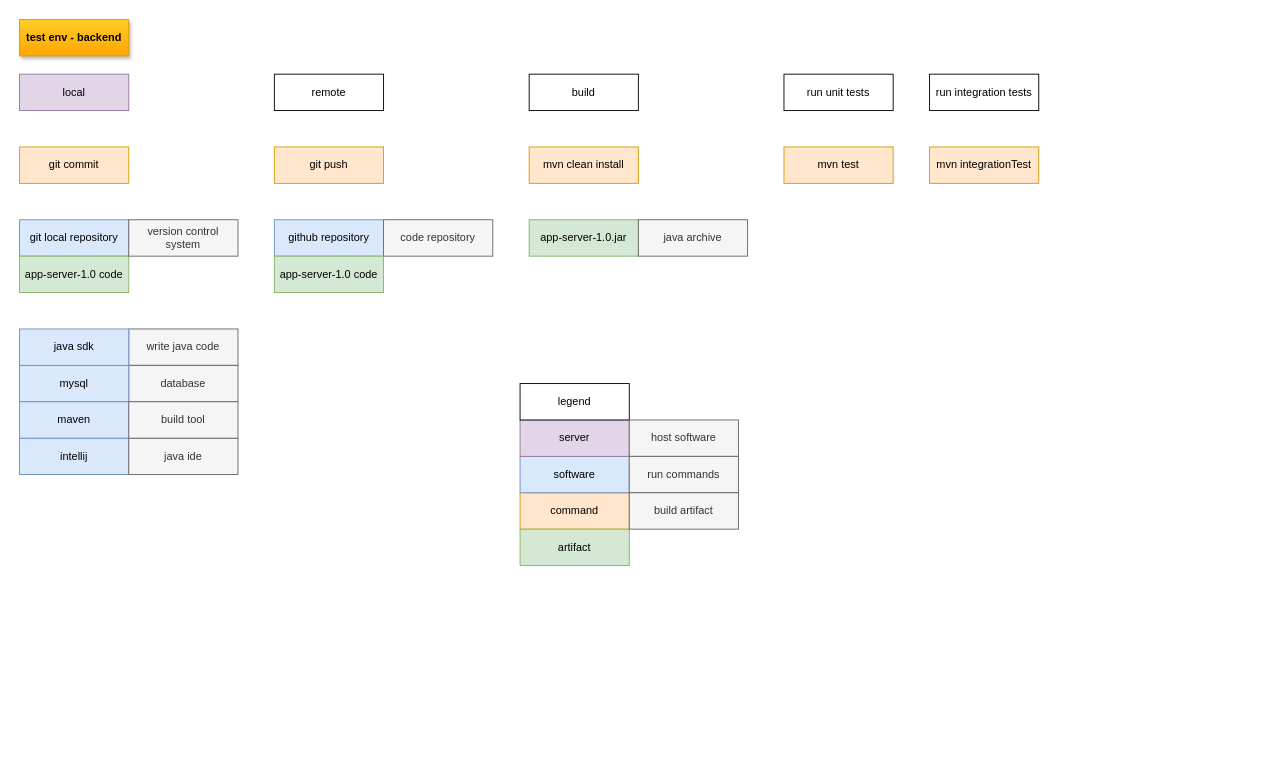
The draw.io diagram page "training" (2 of 2) of docs/3 devops/CI-CD.drawio in cosminbucur/final-ro23, before the edit. Source tidied: cells renumbered, new cells numbered last; positions are measured from the earlier drawing's top-left corner, leaving out a move shared by most shapes. Both pictures are drawn from the tidied source at 91%, with x=0, y=0 at pixel (19, 19).
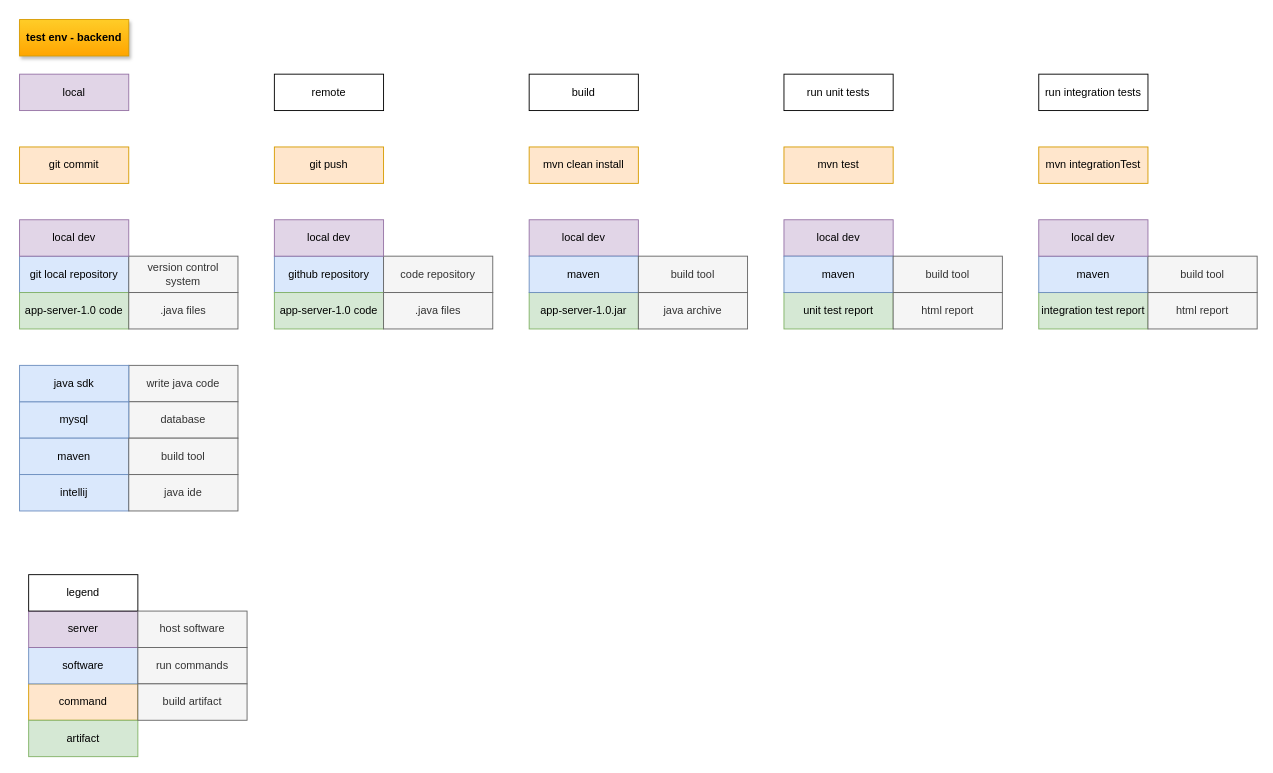
Above is the later version.

Commit message (it also covers changes not shown here):
improve documentation and add acceptance test sample and java tools

What changed in the source:
```diff
@@
     <mxCell id="4" value="run integration tests" style="rounded=0;whiteSpace=wrap;html=1;" parent="1" vertex="1">
-      <mxGeometry x="1000" y="60" width="120" height="40" as="geometry" />
+      <mxGeometry x="1120" y="60" width="120" height="40" as="geometry" />
     </mxCell>
@@
     <mxCell id="6" value="app-server-1.0.jar" style="rounded=0;whiteSpace=wrap;html=1;fillColor=#d5e8d4;strokeColor=#82b366;" parent="1" vertex="1">
-      <mxGeometry x="560" y="220" width="120" height="40" as="geometry" />
+      <mxGeometry x="560" y="300" width="120" height="40" as="geometry" />
     </mxCell>
@@
     <mxCell id="9" value="git local repository" style="rounded=0;whiteSpace=wrap;html=1;fillColor=#dae8fc;strokeColor=#6c8ebf;" parent="1" vertex="1">
-      <mxGeometry y="220" width="120" height="40" as="geometry" />
+      <mxGeometry y="260" width="120" height="40" as="geometry" />
     </mxCell>
     <mxCell id="10" value="github repository" style="rounded=0;whiteSpace=wrap;html=1;fillColor=#dae8fc;strokeColor=#6c8ebf;" parent="1" vertex="1">
-      <mxGeometry x="280" y="220" width="120" height="40" as="geometry" />
+      <mxGeometry x="280" y="260" width="120" height="40" as="geometry" />
     </mxCell>
     <mxCell id="11" value="write java code" style="rounded=0;whiteSpace=wrap;html=1;fillColor=#f5f5f5;strokeColor=#666666;fontColor=#333333;" parent="1" vertex="1">
-      <mxGeometry x="120" y="340" width="120" height="40" as="geometry" />
+      <mxGeometry x="120" y="380" width="120" height="40" as="geometry" />
     </mxCell>
     <mxCell id="12" value="database" style="rounded=0;whiteSpace=wrap;html=1;fillColor=#f5f5f5;strokeColor=#666666;fontColor=#333333;" parent="1" vertex="1">
-      <mxGeometry x="120" y="380" width="120" height="40" as="geometry" />
+      <mxGeometry x="120" y="420" width="120" height="40" as="geometry" />
     </mxCell>
     <mxCell id="13" value="code repository" style="rounded=0;whiteSpace=wrap;html=1;fillColor=#f5f5f5;strokeColor=#666666;fontColor=#333333;" parent="1" vertex="1">
-      <mxGeometry x="400" y="220" width="120" height="40" as="geometry" />
+      <mxGeometry x="400" y="260" width="120" height="40" as="geometry" />
     </mxCell>
     <mxCell id="14" value="app-server-1.0 code" style="rounded=0;whiteSpace=wrap;html=1;fillColor=#d5e8d4;strokeColor=#82b366;" parent="1" vertex="1">
-      <mxGeometry y="260" width="120" height="40" as="geometry" />
+      <mxGeometry y="300" width="120" height="40" as="geometry" />
     </mxCell>
     <mxCell id="15" value="app-server-1.0 code" style="rounded=0;whiteSpace=wrap;html=1;fillColor=#d5e8d4;strokeColor=#82b366;" parent="1" vertex="1">
-      <mxGeometry x="280" y="260" width="120" height="40" as="geometry" />
+      <mxGeometry x="280" y="300" width="120" height="40" as="geometry" />
     </mxCell>
     <mxCell id="16" value="java archive" style="rounded=0;whiteSpace=wrap;html=1;fillColor=#f5f5f5;strokeColor=#666666;fontColor=#333333;" parent="1" vertex="1">
-      <mxGeometry x="680" y="220" width="120" height="40" as="geometry" />
+      <mxGeometry x="680" y="300" width="120" height="40" as="geometry" />
     </mxCell>
     <mxCell id="17" value="mysql" style="rounded=0;whiteSpace=wrap;html=1;fillColor=#dae8fc;strokeColor=#6c8ebf;" parent="1" vertex="1">
-      <mxGeometry y="380" width="120" height="40" as="geometry" />
+      <mxGeometry y="420" width="120" height="40" as="geometry" />
     </mxCell>
     <mxCell id="18" value="java sdk" style="rounded=0;whiteSpace=wrap;html=1;fillColor=#dae8fc;strokeColor=#6c8ebf;" parent="1" vertex="1">
-      <mxGeometry y="340" width="120" height="40" as="geometry" />
+      <mxGeometry y="380" width="120" height="40" as="geometry" />
     </mxCell>
     <mxCell id="19" value="version control system" style="rounded=0;whiteSpace=wrap;html=1;fillColor=#f5f5f5;strokeColor=#666666;fontColor=#333333;" parent="1" vertex="1">
-      <mxGeometry x="120" y="220" width="120" height="40" as="geometry" />
+      <mxGeometry x="120" y="260" width="120" height="40" as="geometry" />
     </mxCell>
     <mxCell id="20" value="intellij" style="rounded=0;whiteSpace=wrap;html=1;fillColor=#dae8fc;strokeColor=#6c8ebf;" parent="1" vertex="1">
-      <mxGeometry y="460" width="120" height="40" as="geometry" />
+      <mxGeometry y="500" width="120" height="40" as="geometry" />
     </mxCell>
     <mxCell id="21" value="java ide" style="rounded=0;whiteSpace=wrap;html=1;fillColor=#f5f5f5;strokeColor=#666666;fontColor=#333333;" parent="1" vertex="1">
-      <mxGeometry x="120" y="460" width="120" height="40" as="geometry" />
+      <mxGeometry x="120" y="500" width="120" height="40" as="geometry" />
     </mxCell>
     <mxCell id="22" value="maven" style="rounded=0;whiteSpace=wrap;html=1;fillColor=#dae8fc;strokeColor=#6c8ebf;" parent="1" vertex="1">
-      <mxGeometry y="420" width="120" height="40" as="geometry" />
+      <mxGeometry y="460" width="120" height="40" as="geometry" />
     </mxCell>
     <mxCell id="23" value="build tool" style="rounded=0;whiteSpace=wrap;html=1;fillColor=#f5f5f5;strokeColor=#666666;fontColor=#333333;" parent="1" vertex="1">
-      <mxGeometry x="120" y="420" width="120" height="40" as="geometry" />
+      <mxGeometry x="120" y="460" width="120" height="40" as="geometry" />
     </mxCell>
@@
     <mxCell id="25" value="mvn integrationTest" style="rounded=0;whiteSpace=wrap;html=1;fillColor=#ffe6cc;strokeColor=#d79b00;" parent="1" vertex="1">
-      <mxGeometry x="1000" y="140" width="120" height="40" as="geometry" />
+      <mxGeometry x="1120" y="140" width="120" height="40" as="geometry" />
     </mxCell>
@@
     <mxCell id="29" value="command" style="rounded=0;whiteSpace=wrap;html=1;fillColor=#ffe6cc;strokeColor=#d79b00;" parent="1" vertex="1">
-      <mxGeometry x="550" y="520" width="120" height="40" as="geometry" />
+      <mxGeometry x="10" y="730" width="120" height="40" as="geometry" />
     </mxCell>
     <mxCell id="30" value="software" style="rounded=0;whiteSpace=wrap;html=1;fillColor=#dae8fc;strokeColor=#6c8ebf;" parent="1" vertex="1">
-      <mxGeometry x="550" y="480" width="120" height="40" as="geometry" />
+      <mxGeometry x="10" y="690" width="120" height="40" as="geometry" />
     </mxCell>
     <mxCell id="31" value="artifact" style="rounded=0;whiteSpace=wrap;html=1;fillColor=#d5e8d4;strokeColor=#82b366;" parent="1" vertex="1">
-      <mxGeometry x="550" y="560" width="120" height="40" as="geometry" />
+      <mxGeometry x="10" y="770" width="120" height="40" as="geometry" />
     </mxCell>
     <mxCell id="32" value="server" style="rounded=0;whiteSpace=wrap;html=1;fillColor=#e1d5e7;strokeColor=#9673a6;" parent="1" vertex="1">
-      <mxGeometry x="550" y="440" width="120" height="40" as="geometry" />
+      <mxGeometry x="10" y="650" width="120" height="40" as="geometry" />
     </mxCell>
     <mxCell id="33" value="legend" style="rounded=0;whiteSpace=wrap;html=1;" parent="1" vertex="1">
-      <mxGeometry x="550" y="400" width="120" height="40" as="geometry" />
+      <mxGeometry x="10" y="610" width="120" height="40" as="geometry" />
     </mxCell>
     <mxCell id="34" value="host software" style="rounded=0;whiteSpace=wrap;html=1;fillColor=#f5f5f5;strokeColor=#666666;fontColor=#333333;" parent="1" vertex="1">
-      <mxGeometry x="670" y="440" width="120" height="40" as="geometry" />
+      <mxGeometry x="130" y="650" width="120" height="40" as="geometry" />
     </mxCell>
     <mxCell id="35" value="run commands" style="rounded=0;whiteSpace=wrap;html=1;fillColor=#f5f5f5;strokeColor=#666666;fontColor=#333333;" parent="1" vertex="1">
-      <mxGeometry x="670" y="480" width="120" height="40" as="geometry" />
+      <mxGeometry x="130" y="690" width="120" height="40" as="geometry" />
     </mxCell>
     <mxCell id="36" value="build artifact" style="rounded=0;whiteSpace=wrap;html=1;fillColor=#f5f5f5;strokeColor=#666666;fontColor=#333333;" parent="1" vertex="1">
-      <mxGeometry x="670" y="520" width="120" height="40" as="geometry" />
+      <mxGeometry x="130" y="730" width="120" height="40" as="geometry" />
     </mxCell>
+    <mxCell id="37" value="unit test report" style="rounded=0;whiteSpace=wrap;html=1;fillColor=#d5e8d4;strokeColor=#82b366;" parent="1" vertex="1">
+      <mxGeometry x="840" y="300" width="120" height="40" as="geometry" />
+    </mxCell>
+    <mxCell id="38" value="html report" style="rounded=0;whiteSpace=wrap;html=1;fillColor=#f5f5f5;strokeColor=#666666;fontColor=#333333;" parent="1" vertex="1">
+      <mxGeometry x="960" y="300" width="120" height="40" as="geometry" />
+    </mxCell>
+    <mxCell id="39" value="integration test report" style="rounded=0;whiteSpace=wrap;html=1;fillColor=#d5e8d4;strokeColor=#82b366;" parent="1" vertex="1">
+      <mxGeometry x="1120" y="300" width="120" height="40" as="geometry" />
+    </mxCell>
+    <mxCell id="40" value="html report" style="rounded=0;whiteSpace=wrap;html=1;fillColor=#f5f5f5;strokeColor=#666666;fontColor=#333333;" parent="1" vertex="1">
+      <mxGeometry x="1240" y="300" width="120" height="40" as="geometry" />
+    </mxCell>
+    <mxCell id="41" value="maven" style="rounded=0;whiteSpace=wrap;html=1;fillColor=#dae8fc;strokeColor=#6c8ebf;" parent="1" vertex="1">
+      <mxGeometry x="1120" y="260" width="120" height="40" as="geometry" />
+    </mxCell>
+    <mxCell id="42" value="build tool" style="rounded=0;whiteSpace=wrap;html=1;fillColor=#f5f5f5;strokeColor=#666666;fontColor=#333333;" parent="1" vertex="1">
+      <mxGeometry x="1240" y="260" width="120" height="40" as="geometry" />
+    </mxCell>
+    <mxCell id="43" value="local dev" style="rounded=0;whiteSpace=wrap;html=1;fillColor=#e1d5e7;strokeColor=#9673a6;" parent="1" vertex="1">
+      <mxGeometry y="220" width="120" height="40" as="geometry" />
+    </mxCell>
+    <mxCell id="44" value=".java files" style="rounded=0;whiteSpace=wrap;html=1;fillColor=#f5f5f5;strokeColor=#666666;fontColor=#333333;" parent="1" vertex="1">
+      <mxGeometry x="120" y="300" width="120" height="40" as="geometry" />
+    </mxCell>
+    <mxCell id="45" value=".java files" style="rounded=0;whiteSpace=wrap;html=1;fillColor=#f5f5f5;strokeColor=#666666;fontColor=#333333;" parent="1" vertex="1">
+      <mxGeometry x="400" y="300" width="120" height="40" as="geometry" />
+    </mxCell>
+    <mxCell id="46" value="local dev" style="rounded=0;whiteSpace=wrap;html=1;fillColor=#e1d5e7;strokeColor=#9673a6;" parent="1" vertex="1">
+      <mxGeometry x="280" y="220" width="120" height="40" as="geometry" />
+    </mxCell>
+    <mxCell id="47" value="local dev" style="rounded=0;whiteSpace=wrap;html=1;fillColor=#e1d5e7;strokeColor=#9673a6;" parent="1" vertex="1">
+      <mxGeometry x="560" y="220" width="120" height="40" as="geometry" />
+    </mxCell>
+    <mxCell id="48" value="local dev" style="rounded=0;whiteSpace=wrap;html=1;fillColor=#e1d5e7;strokeColor=#9673a6;" parent="1" vertex="1">
+      <mxGeometry x="840" y="220" width="120" height="40" as="geometry" />
+    </mxCell>
+    <mxCell id="49" value="local dev" style="rounded=0;whiteSpace=wrap;html=1;fillColor=#e1d5e7;strokeColor=#9673a6;" parent="1" vertex="1">
+      <mxGeometry x="1120" y="220" width="120" height="40" as="geometry" />
+    </mxCell>
+    <mxCell id="50" value="maven" style="rounded=0;whiteSpace=wrap;html=1;fillColor=#dae8fc;strokeColor=#6c8ebf;" parent="1" vertex="1">
+      <mxGeometry x="840" y="260" width="120" height="40" as="geometry" />
+    </mxCell>
+    <mxCell id="51" value="build tool" style="rounded=0;whiteSpace=wrap;html=1;fillColor=#f5f5f5;strokeColor=#666666;fontColor=#333333;" parent="1" vertex="1">
+      <mxGeometry x="960" y="260" width="120" height="40" as="geometry" />
+    </mxCell>
+    <mxCell id="52" value="maven" style="rounded=0;whiteSpace=wrap;html=1;fillColor=#dae8fc;strokeColor=#6c8ebf;" parent="1" vertex="1">
+      <mxGeometry x="560" y="260" width="120" height="40" as="geometry" />
+    </mxCell>
+    <mxCell id="53" value="build tool" style="rounded=0;whiteSpace=wrap;html=1;fillColor=#f5f5f5;strokeColor=#666666;fontColor=#333333;" parent="1" vertex="1">
+      <mxGeometry x="680" y="260" width="120" height="40" as="geometry" />
+    </mxCell>
```
